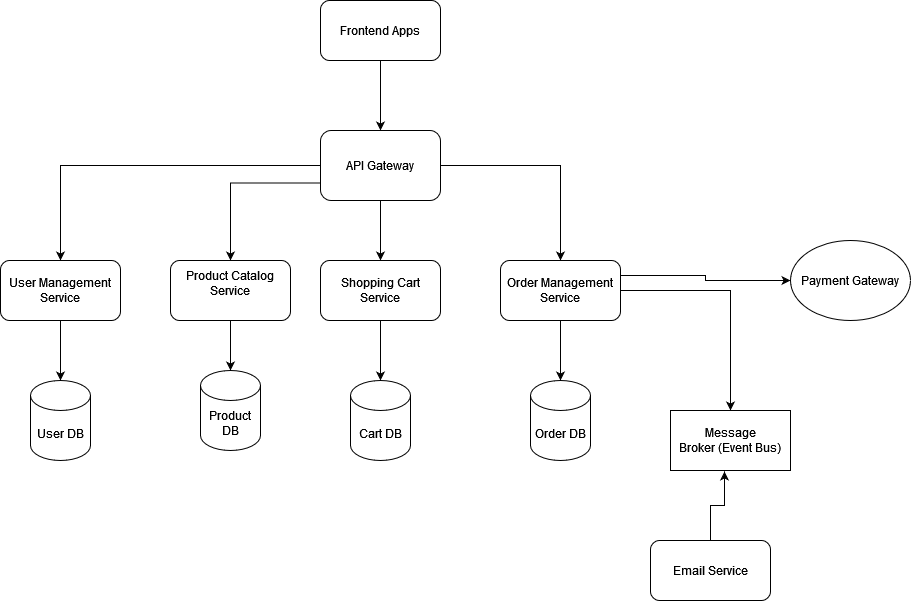
Before: System_design.drawio.png, a diagram exported from draw.io (jaggito/NexiCaseStudy). Source tidied: cells renumbered, new cells last; positions are measured from the earlier drawing's top-left corner, leaving out a move shared by most shapes.
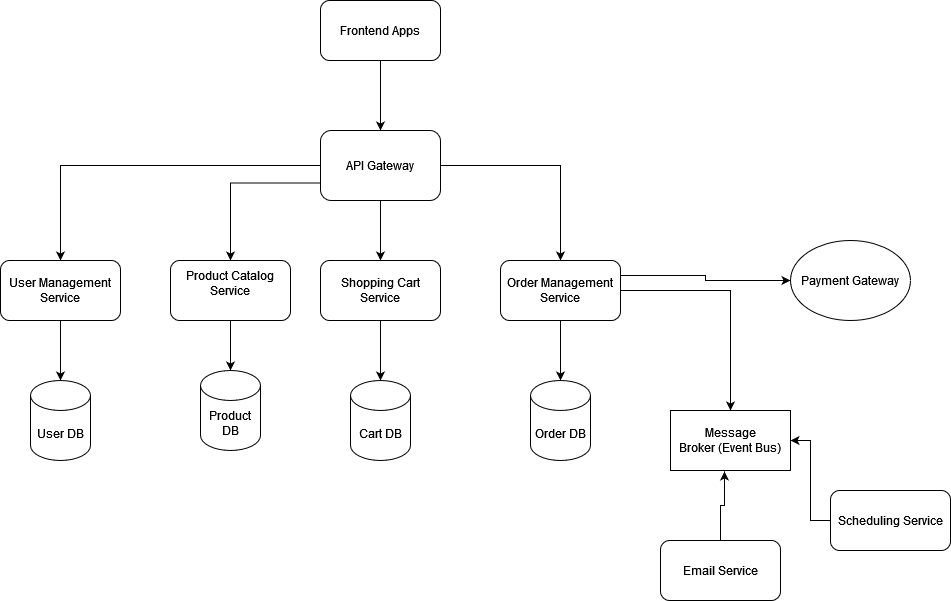
Later version of the same file.

Diff of the diagram source:
```diff
@@ -72,10 +72,16 @@
       <mxGeometry x="530" y="380" width="60" height="80" as="geometry" />
     </mxCell>
     <mxCell id="25" value="Email Service" style="rounded=1;whiteSpace=wrap;html=1;" parent="1" vertex="1">
-      <mxGeometry x="650" y="540" width="120" height="60" as="geometry" />
+      <mxGeometry x="660" y="540" width="120" height="60" as="geometry" />
     </mxCell>
     <mxCell id="26" style="edgeStyle=orthogonalEdgeStyle;rounded=0;jettySize=auto;html=1;entryX=0.45;entryY=1.017;entryDx=0;entryDy=0;entryPerimeter=0;" parent="1" edge="1" source="25" target="18">
       <mxGeometry relative="1" as="geometry" />
     </mxCell>
+    <mxCell id="27" style="edgeStyle=orthogonalEdgeStyle;rounded=0;jettySize=auto;html=1;entryX=1;entryY=0.5;entryDx=0;entryDy=0;" parent="1" edge="1" source="28" target="18">
+      <mxGeometry relative="1" as="geometry" />
+    </mxCell>
+    <mxCell id="28" value="Scheduling Service" style="rounded=1;whiteSpace=wrap;html=1;" parent="1" vertex="1">
+      <mxGeometry x="830" y="490" width="120" height="60" as="geometry" />
+    </mxCell>
   </root>
 </mxGraphModel>
```
